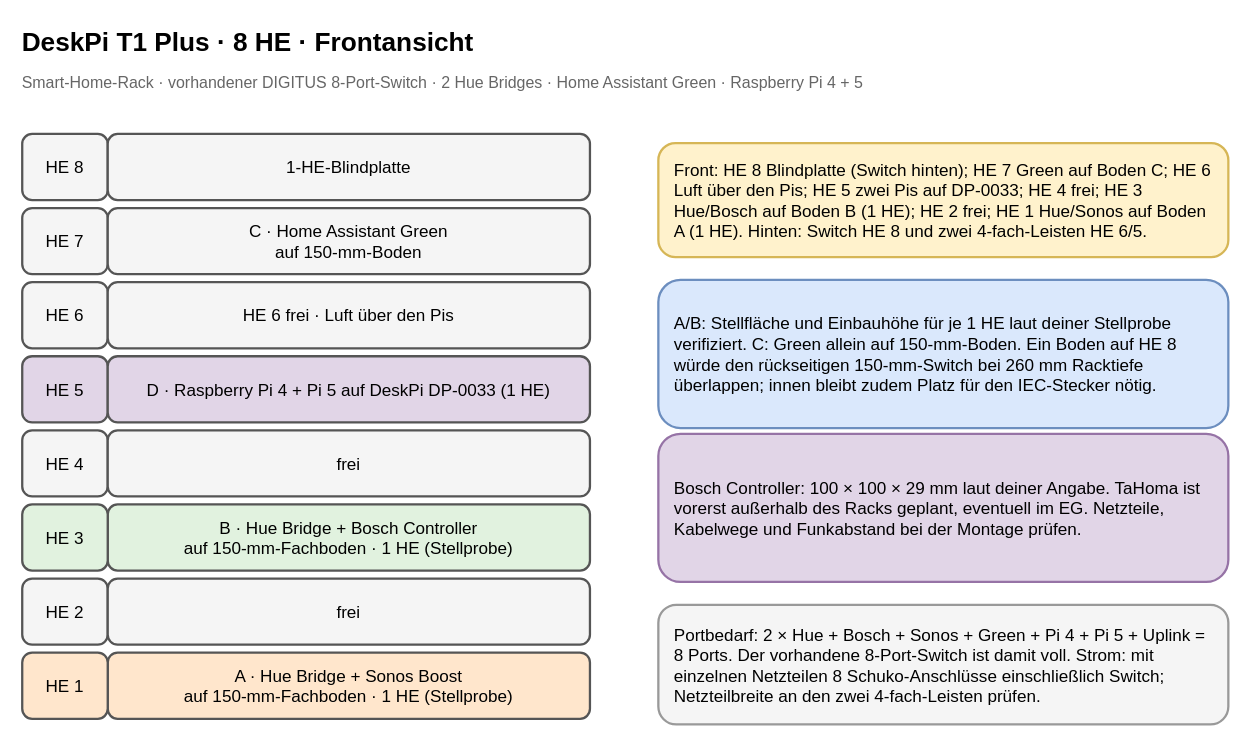
This is page "DeskPi 8 HE – Front" (1 of 4) of 10-zoll-rack-planung.drawio from tiptronic/diagrams, a draw.io file, before an edit. Source tidied: cells renumbered, new cells numbered last; positions are measured from the earlier drawing's top-left corner, leaving out a move shared by most shapes. Both pictures are drawn from the tidied source at 114%, with x=0, y=0 at pixel (19, 19).
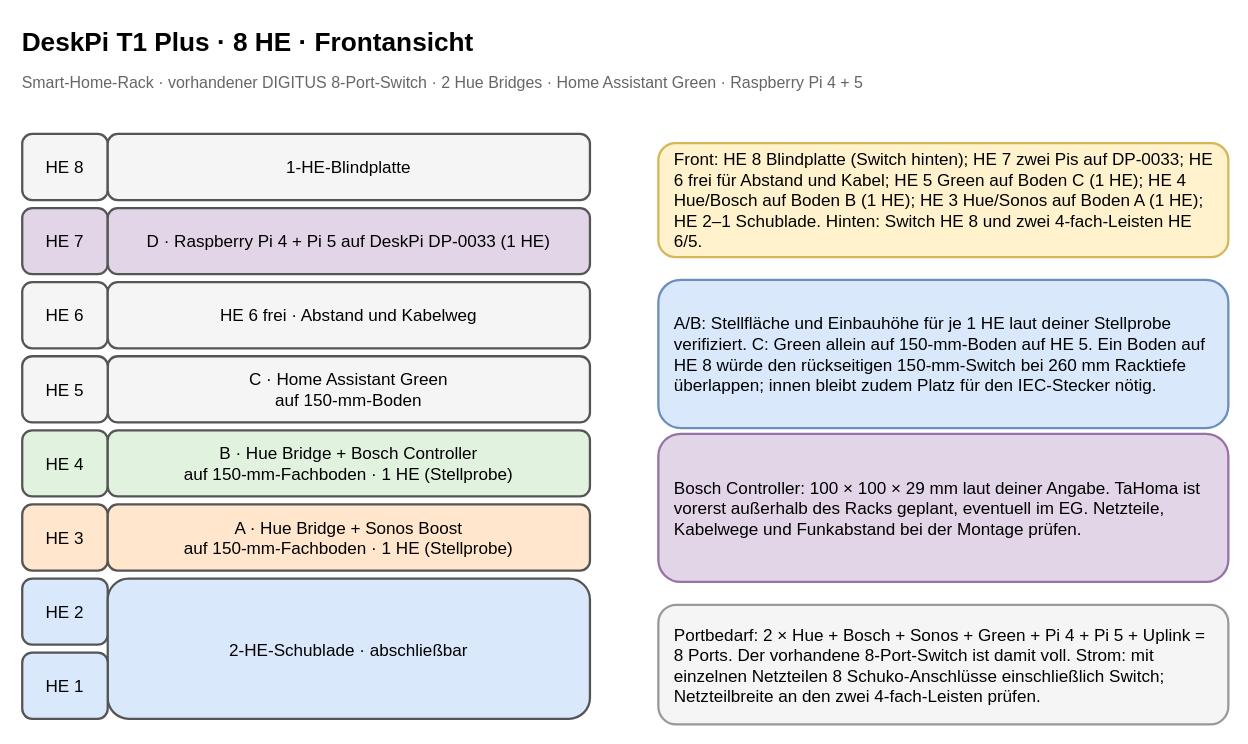
The same diagram, later.

Commit message (it also covers changes not shown here):
Plan drawer and move Raspberry Pis above Green

Diff of the diagram source:
```diff
@@
-    <mxCell id="6" value="HE 7" style="rounded=1;whiteSpace=wrap;html=1;align=center;verticalAlign=middle;strokeWidth=2;fontSize=15;fillColor=#f5f5f5;strokeColor=#555555;" parent="1" vertex="1">
+    <mxCell id="6" value="HE 7" style="rounded=1;whiteSpace=wrap;html=1;align=center;verticalAlign=middle;strokeWidth=2;fontSize=15;fillColor=#e1d5e7;strokeColor=#555555;" parent="1" vertex="1">
       <mxGeometry x="2" y="165" width="75" height="58" as="geometry" />
     </mxCell>
     <mxCell id="7" value="C · Home Assistant Green&#10;auf 150-mm-Boden" style="rounded=1;whiteSpace=wrap;html=1;align=center;verticalAlign=middle;strokeWidth=2;fontSize=15;fillColor=#f5f5f5;strokeColor=#555555;" parent="1" vertex="1">
-      <mxGeometry x="77" y="165" width="423" height="58" as="geometry" />
+      <mxGeometry x="77" y="295" width="423" height="58" as="geometry" />
     </mxCell>
@@
-    <mxCell id="9" value="HE 6 frei · Luft über den Pis" style="rounded=1;whiteSpace=wrap;html=1;align=center;verticalAlign=middle;strokeWidth=2;fontSize=15;fillColor=#f5f5f5;strokeColor=#555555;" parent="1" vertex="1">
+    <mxCell id="9" value="HE 6 frei · Abstand und Kabelweg" style="rounded=1;whiteSpace=wrap;html=1;align=center;verticalAlign=middle;strokeWidth=2;fontSize=15;fillColor=#f5f5f5;strokeColor=#555555;" parent="1" vertex="1">
       <mxGeometry x="77" y="230" width="423" height="58" as="geometry" />
     </mxCell>
-    <mxCell id="10" value="HE 5" style="rounded=1;whiteSpace=wrap;html=1;align=center;verticalAlign=middle;strokeWidth=2;fontSize=15;fillColor=#e1d5e7;strokeColor=#555555;" parent="1" vertex="1">
+    <mxCell id="10" value="HE 5" style="rounded=1;whiteSpace=wrap;html=1;align=center;verticalAlign=middle;strokeWidth=2;fontSize=15;fillColor=#f5f5f5;strokeColor=#555555;" parent="1" vertex="1">
       <mxGeometry x="2" y="295" width="75" height="58" as="geometry" />
     </mxCell>
     <mxCell id="11" value="D · Raspberry Pi 4 + Pi 5 auf DeskPi DP-0033 (1 HE)" style="rounded=1;whiteSpace=wrap;html=1;align=center;verticalAlign=middle;strokeWidth=2;fontSize=15;fillColor=#e1d5e7;strokeColor=#555555;" parent="1" vertex="1">
-      <mxGeometry x="77" y="295" width="423" height="58" as="geometry" />
+      <mxGeometry x="77" y="165" width="423" height="58" as="geometry" />
     </mxCell>
-    <mxCell id="12" value="HE 4" style="rounded=1;whiteSpace=wrap;html=1;align=center;verticalAlign=middle;strokeWidth=2;fontSize=15;fillColor=#f5f5f5;strokeColor=#555555;" parent="1" vertex="1">
+    <mxCell id="12" value="HE 4" style="rounded=1;whiteSpace=wrap;html=1;align=center;verticalAlign=middle;strokeWidth=2;fontSize=15;fillColor=#e1f2df;strokeColor=#555555;" parent="1" vertex="1">
       <mxGeometry x="2" y="360" width="75" height="58" as="geometry" />
     </mxCell>
     <mxCell id="13" value="B · Hue Bridge + Bosch Controller&#10;auf 150-mm-Fachboden · 1 HE (Stellprobe)" style="rounded=1;whiteSpace=wrap;html=1;align=center;verticalAlign=middle;strokeWidth=2;fontSize=15;fillColor=#e1f2df;strokeColor=#555555;" parent="1" vertex="1">
-      <mxGeometry x="77" y="425" width="423" height="58" as="geometry" />
+      <mxGeometry x="77" y="360" width="423" height="58" as="geometry" />
     </mxCell>
-    <mxCell id="14" value="frei" style="rounded=1;whiteSpace=wrap;html=1;align=center;verticalAlign=middle;strokeWidth=2;fontSize=15;fillColor=#f5f5f5;strokeColor=#555555;" parent="1" vertex="1">
-      <mxGeometry x="77" y="360" width="423" height="58" as="geometry" />
-    </mxCell>
-    <mxCell id="15" value="HE 3" style="rounded=1;whiteSpace=wrap;html=1;align=center;verticalAlign=middle;strokeWidth=2;fontSize=15;fillColor=#e1f2df;strokeColor=#555555;" parent="1" vertex="1">
+    <mxCell id="15" value="HE 3" style="rounded=1;whiteSpace=wrap;html=1;align=center;verticalAlign=middle;strokeWidth=2;fontSize=15;fillColor=#ffe6cc;strokeColor=#555555;" parent="1" vertex="1">
       <mxGeometry x="2" y="425" width="75" height="58" as="geometry" />
     </mxCell>
-    <mxCell id="16" value="HE 2" style="rounded=1;whiteSpace=wrap;html=1;align=center;verticalAlign=middle;strokeWidth=2;fontSize=15;fillColor=#f5f5f5;strokeColor=#555555;" parent="1" vertex="1">
+    <mxCell id="16" value="HE 2" style="rounded=1;whiteSpace=wrap;html=1;align=center;verticalAlign=middle;strokeWidth=2;fontSize=15;fillColor=#dae8fc;strokeColor=#555555;" parent="1" vertex="1">
       <mxGeometry x="2" y="490" width="75" height="58" as="geometry" />
     </mxCell>
     <mxCell id="17" value="A · Hue Bridge + Sonos Boost&#10;auf 150-mm-Fachboden · 1 HE (Stellprobe)" style="rounded=1;whiteSpace=wrap;html=1;align=center;verticalAlign=middle;strokeWidth=2;fontSize=15;fillColor=#ffe6cc;strokeColor=#555555;" parent="1" vertex="1">
-      <mxGeometry x="77" y="555" width="423" height="58" as="geometry" />
+      <mxGeometry x="77" y="425" width="423" height="58" as="geometry" />
     </mxCell>
-    <mxCell id="18" value="frei" style="rounded=1;whiteSpace=wrap;html=1;align=center;verticalAlign=middle;strokeWidth=2;fontSize=15;fillColor=#f5f5f5;strokeColor=#555555;" parent="1" vertex="1">
-      <mxGeometry x="77" y="490" width="423" height="58" as="geometry" />
-    </mxCell>
+    <mxCell id="24" value="2-HE-Schublade · abschließbar" style="rounded=1;whiteSpace=wrap;html=1;align=center;verticalAlign=middle;strokeWidth=2;fontSize=15;fillColor=#dae8fc;strokeColor=#555555;" parent="1" vertex="1">
+      <mxGeometry x="77" y="490" width="423" height="123" as="geometry" />
+    </mxCell>
-    <mxCell id="19" value="HE 1" style="rounded=1;whiteSpace=wrap;html=1;align=center;verticalAlign=middle;strokeWidth=2;fontSize=15;fillColor=#ffe6cc;strokeColor=#555555;" parent="1" vertex="1">
+    <mxCell id="19" value="HE 1" style="rounded=1;whiteSpace=wrap;html=1;align=center;verticalAlign=middle;strokeWidth=2;fontSize=15;fillColor=#dae8fc;strokeColor=#555555;" parent="1" vertex="1">
       <mxGeometry x="2" y="555" width="75" height="58" as="geometry" />
     </mxCell>
-    <mxCell id="20" value="Front: HE 8 Blindplatte (Switch hinten); HE 7 Green auf Boden C; HE 6 Luft über den Pis; HE 5 zwei Pis auf DP-0033; HE 4 frei; HE 3 Hue/Bosch auf Boden B (1 HE); HE 2 frei; HE 1 Hue/Sonos auf Boden A (1 HE). Hinten: Switch HE 8 und zwei 4-fach-Leisten HE 6/5." style="rounded=1;whiteSpace=wrap;html=1;align=center;verticalAlign=middle;strokeWidth=2;fontSize=15;align=left;spacing=14;fillColor=#fff2cc;strokeColor=#d6b656;" parent="1" vertex="1">
+    <mxCell id="20" value="Front: HE 8 Blindplatte (Switch hinten); HE 7 zwei Pis auf DP-0033; HE 6 frei für Abstand und Kabel; HE 5 Green auf Boden C (1 HE); HE 4 Hue/Bosch auf Boden B (1 HE); HE 3 Hue/Sonos auf Boden A (1 HE); HE 2–1 Schublade. Hinten: Switch HE 8 und zwei 4-fach-Leisten HE 6/5." style="rounded=1;whiteSpace=wrap;html=1;align=center;verticalAlign=middle;strokeWidth=2;fontSize=15;align=left;spacing=14;fillColor=#fff2cc;strokeColor=#d6b656;" parent="1" vertex="1">
       <mxGeometry x="560" y="108" width="500" height="100" as="geometry" />
     </mxCell>
-    <mxCell id="21" value="A/B: Stellfläche und Einbauhöhe für je 1 HE laut deiner Stellprobe verifiziert. C: Green allein auf 150-mm-Boden. Ein Boden auf HE 8 würde den rückseitigen 150-mm-Switch bei 260 mm Racktiefe überlappen; innen bleibt zudem Platz für den IEC-Stecker nötig." style="rounded=1;whiteSpace=wrap;html=1;align=center;verticalAlign=middle;strokeWidth=2;fontSize=15;align=left;spacing=14;fillColor=#dae8fc;strokeColor=#6c8ebf;" parent="1" vertex="1">
+    <mxCell id="21" value="A/B: Stellfläche und Einbauhöhe für je 1 HE laut deiner Stellprobe verifiziert. C: Green allein auf 150-mm-Boden auf HE 5. Ein Boden auf HE 8 würde den rückseitigen 150-mm-Switch bei 260 mm Racktiefe überlappen; innen bleibt zudem Platz für den IEC-Stecker nötig." style="rounded=1;whiteSpace=wrap;html=1;align=center;verticalAlign=middle;strokeWidth=2;fontSize=15;align=left;spacing=14;fillColor=#dae8fc;strokeColor=#6c8ebf;" parent="1" vertex="1">
       <mxGeometry x="560" y="228" width="500" height="130" as="geometry" />
     </mxCell>
```
